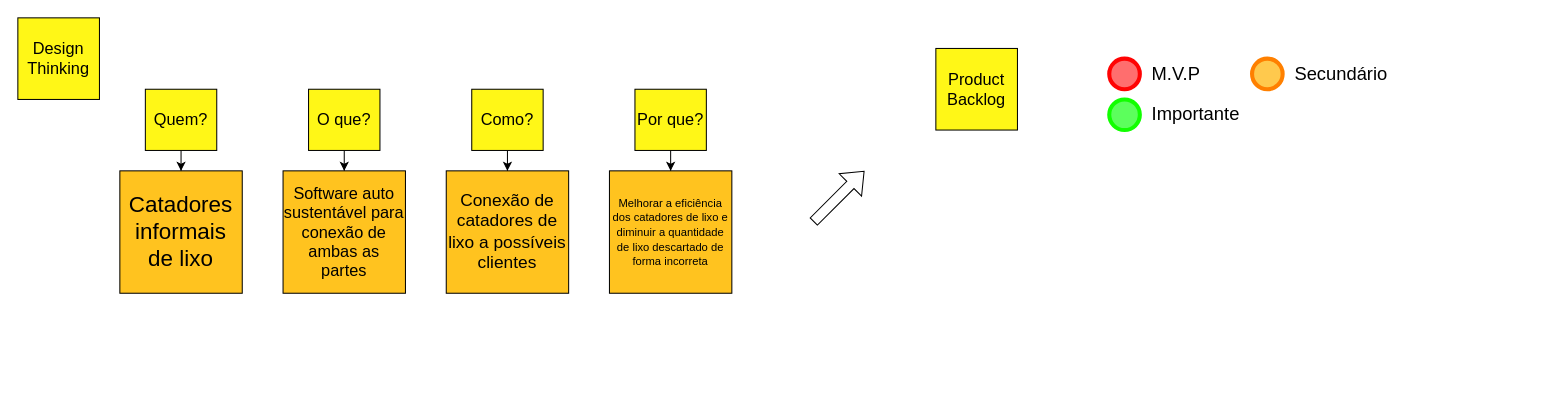
The draw.io diagram conceitos/colet.drawio in DanielDamb72/colet, before the edit. Source tidied: cells renumbered, new cells numbered last; positions are measured from the earlier drawing's top-left corner, leaving out a move shared by most shapes. Both pictures are drawn from the tidied source at 102%, with x=0, y=0 at pixel (17, 17).
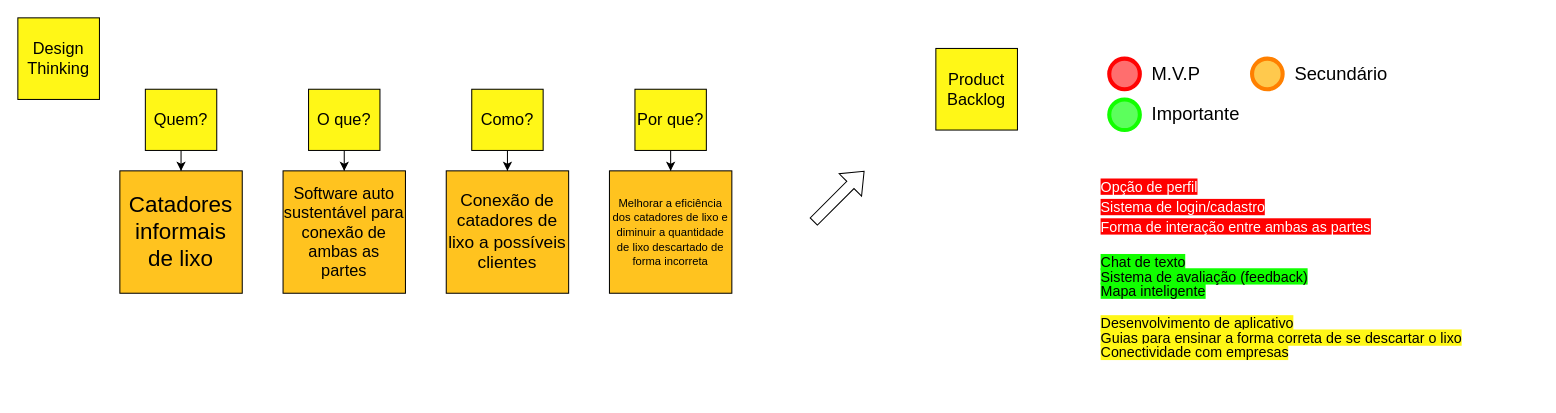
After the change.

The edit, as a diff of the source:
```diff
@@
+    <mxCell id="23" value="&lt;p style=&quot;line-height: 1.1&quot;&gt;&lt;font style=&quot;font-size: 14px ; line-height: 1 ; background-color: rgb(255 , 0 , 0)&quot; color=&quot;#ffffff&quot;&gt;Opção de perfil&lt;br&gt;Sistema de login/cadastro&lt;br&gt;Forma de interação entre ambas as partes&lt;/font&gt;&lt;/p&gt;&lt;p style=&quot;line-height: 0&quot;&gt;&lt;font style=&quot;font-size: 14px ; line-height: 1 ; background-color: rgb(17 , 255 , 0)&quot;&gt;Chat de texto&lt;br&gt;Sistema de avaliação (feedback)&lt;br&gt;Mapa inteligente&lt;/font&gt;&lt;/p&gt;&lt;p style=&quot;line-height: 0&quot;&gt;&lt;font style=&quot;font-size: 14px ; line-height: 1 ; background-color: rgb(255 , 247 , 23)&quot;&gt;Desenvolvimento de aplicativo&lt;br&gt;Guias para ensinar a forma correta de se descartar o lixo&lt;br&gt;Conectividade com empresas&lt;/font&gt;&lt;/p&gt;" style="text;html=1;strokeColor=none;fillColor=none;align=left;verticalAlign=middle;whiteSpace=wrap;rounded=0;fontSize=18;" parent="1" vertex="1">
+      <mxGeometry x="1060" y="120" width="430" height="250" as="geometry" />
+    </mxCell>
```
